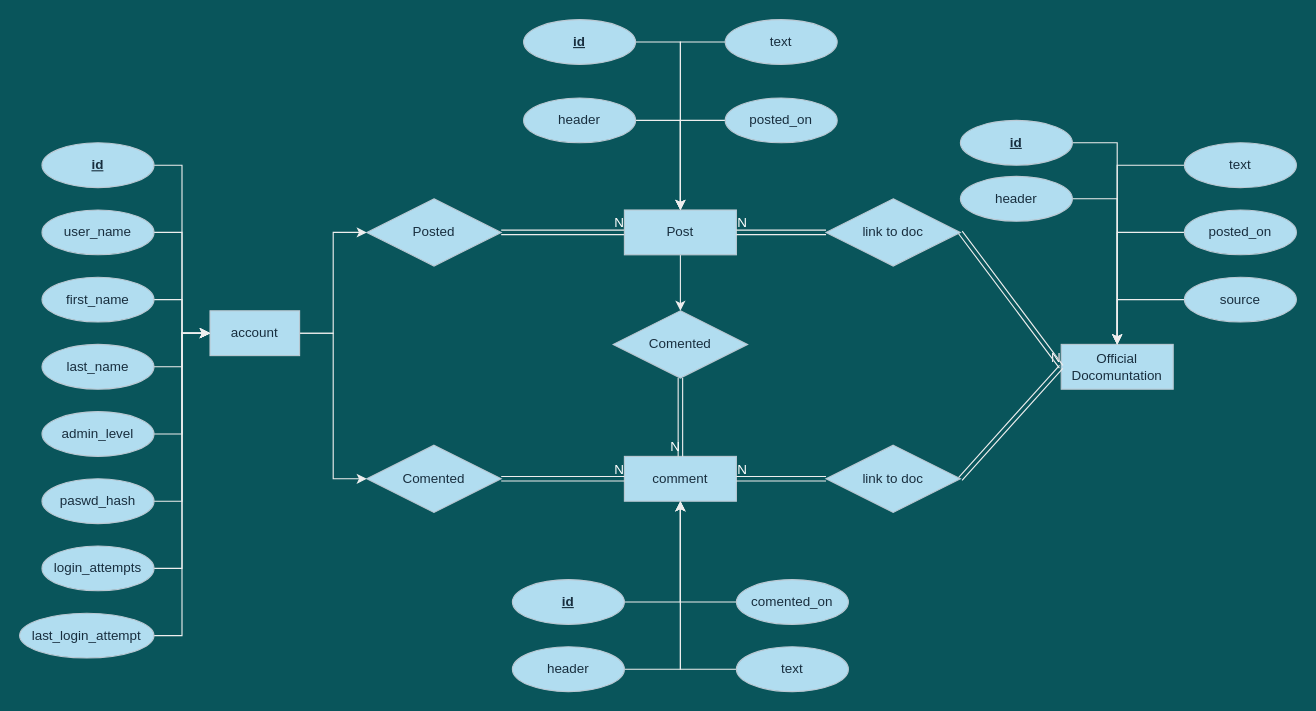
This is ER-digram.drawio from Olle-Ronstad-nti-johanneberg/wsp22, a draw.io file, before an edit. Source tidied: cells renumbered, new cells numbered last; positions are measured from the earlier drawing's top-left corner, leaving out a move shared by most shapes. Both pictures are drawn from the tidied source at 112%, with x=0, y=0 at pixel (19, 19).
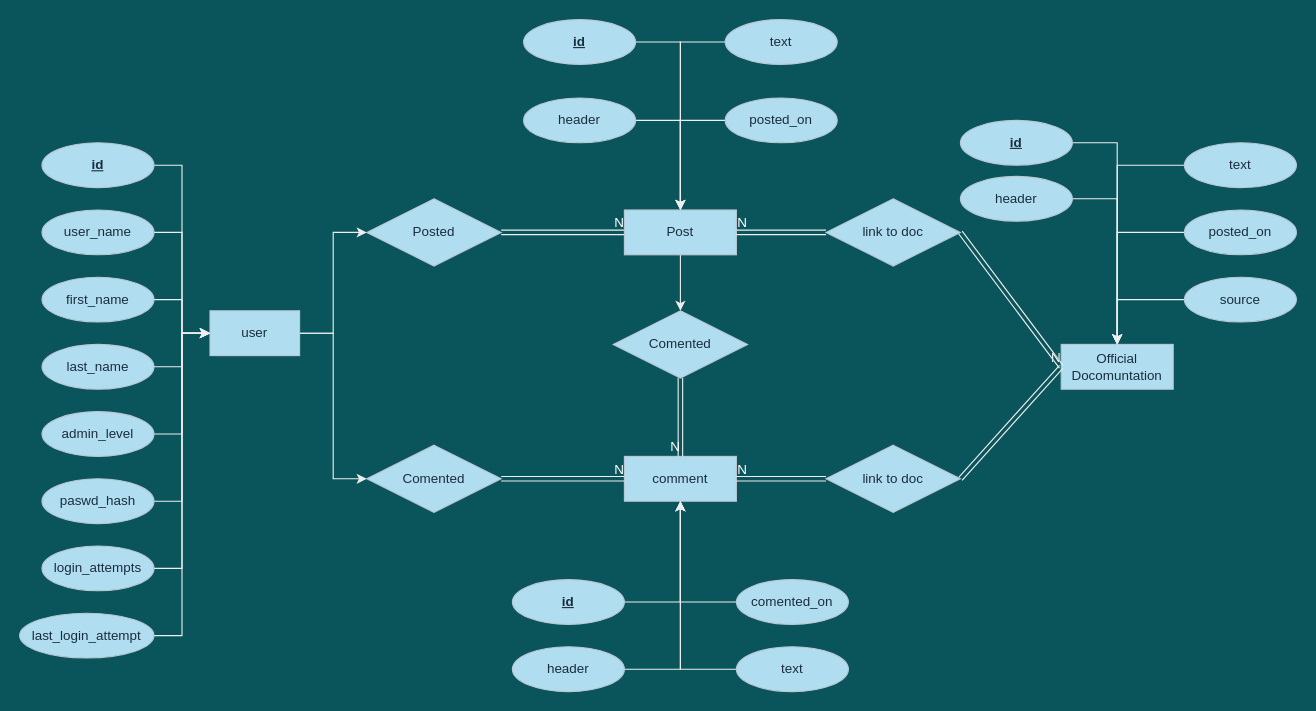
After the change.

Commit message:
add ER-diagram drawing

What changed in the source:
```diff
@@
-    <mxCell id="4" value="account" style="rounded=0;whiteSpace=wrap;html=1;fillColor=#B1DDF0;strokeColor=#BAC8D3;fontColor=#182E3E;" parent="1" vertex="1">
+    <mxCell id="4" value="user" style="rounded=0;whiteSpace=wrap;html=1;fillColor=#B1DDF0;strokeColor=#BAC8D3;fontColor=#182E3E;" parent="1" vertex="1">
       <mxGeometry x="170" y="260" width="80" height="40" as="geometry" />
     </mxCell>
```
